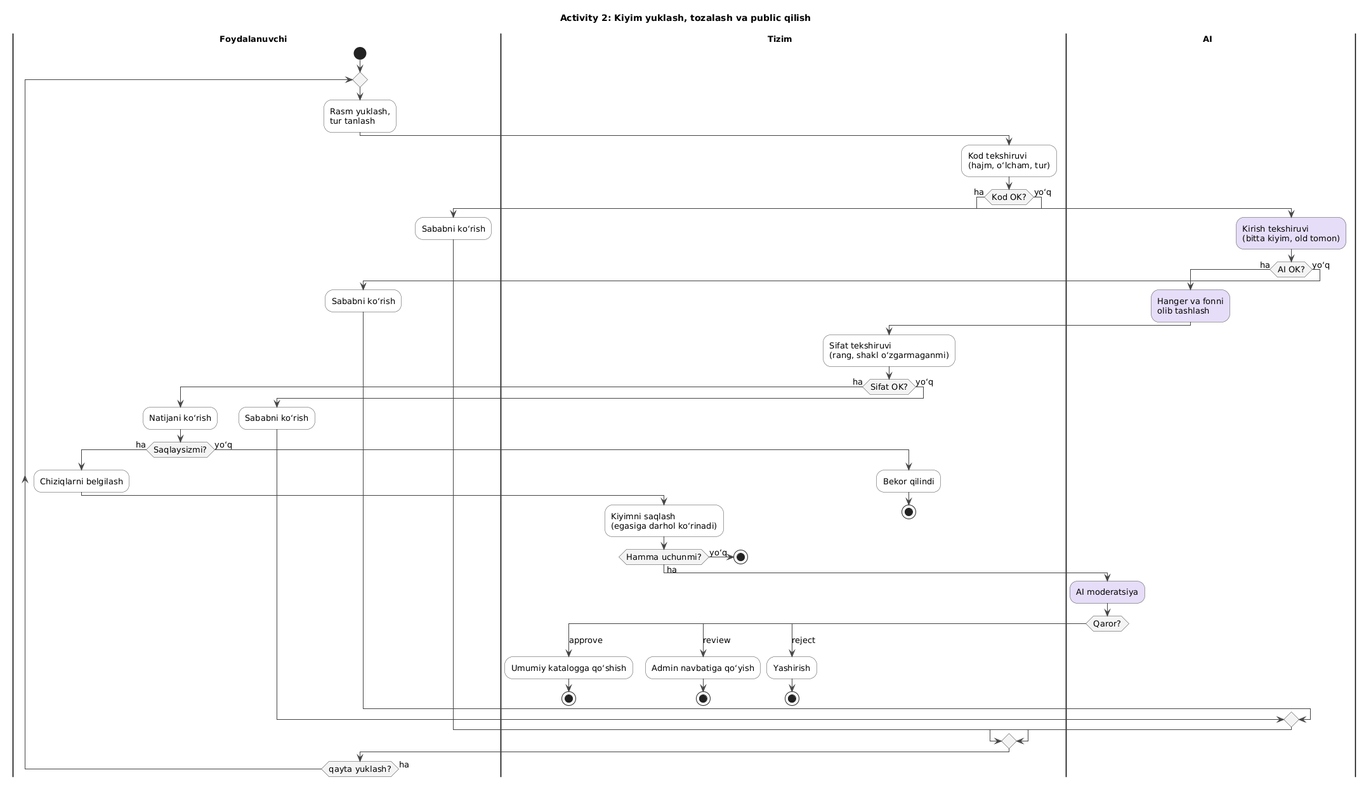
The PlantUML diagram docs/diagrams/activity-2-garment-upload.png in Zarnigor/Virtual-Try-On, before a commit. Source of this version:
```plantuml
@startuml
!include _style.puml
title Activity 2: Kiyim yuklash, tozalash va public qilish

|Foydalanuvchi|
start
repeat
  :Rasm yuklash,\ntur tanlash;
  |Tizim|
  :Kod tekshiruvi\n(hajm, oʻlcham, tur);
  if (Kod OK?) then (ha)
    |AI|
    :Kirish tekshiruvi\n(bitta kiyim, old tomon); <<#E6DDF8>>
    if (AI OK?) then (ha)
      :Hanger va fonni\nolib tashlash; <<#E6DDF8>>
      |Tizim|
      :Sifat tekshiruvi\n(rang, shakl oʻzgarmaganmi);
      if (Sifat OK?) then (ha)
        |Foydalanuvchi|
        :Natijani koʻrish;
        if (Saqlaysizmi?) then (ha)
          :Chiziqlarni belgilash;
          |Tizim|
          :Kiyimni saqlash\n(egasiga darhol koʻrinadi);
          if (Hamma uchunmi?) then (ha)
            |AI|
            :AI moderatsiya; <<#E6DDF8>>
            switch (Qaror?)
            case (approve)
              |Tizim|
              :Umumiy katalogga qoʻshish;
              stop
            case (review)
              |Tizim|
              :Admin navbatiga qoʻyish;
              stop
            case (reject)
              |Tizim|
              :Yashirish;
              stop
            endswitch
          else (yoʻq)
            stop
          endif
        else (yoʻq)
          :Bekor qilindi;
          stop
        endif
      else (yoʻq)
        |Foydalanuvchi|
        :Sababni koʻrish;
      endif
    else (yoʻq)
      |Foydalanuvchi|
      :Sababni koʻrish;
    endif
  else (yoʻq)
    |Foydalanuvchi|
    :Sababni koʻrish;
  endif
repeat while (qayta yuklash?) is (ha)
@enduml
```
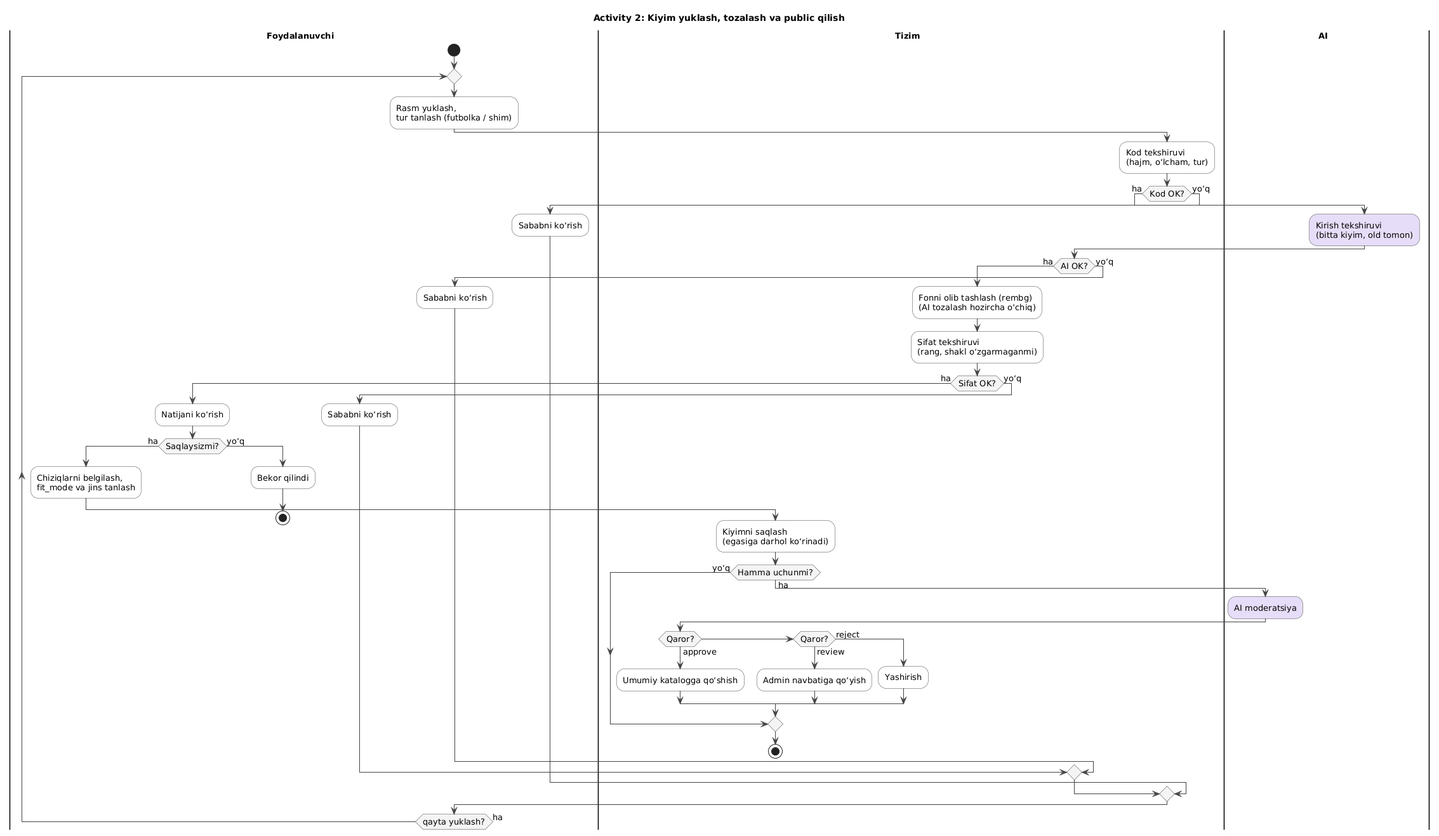
The same diagram one commit later.

Diff of the diagram source:
```diff
@@ -5,44 +5,39 @@
 |Foydalanuvchi|
 start
 repeat
-  :Rasm yuklash,\ntur tanlash;
+  :Rasm yuklash,\ntur tanlash (futbolka / shim);
   |Tizim|
   :Kod tekshiruvi\n(hajm, oʻlcham, tur);
   if (Kod OK?) then (ha)
     |AI|
-    :Kirish tekshiruvi\n(bitta kiyim, old tomon); <<#E6DDF8>>
+    #E6DDF8:Kirish tekshiruvi\n(bitta kiyim, old tomon);
+    |Tizim|
     if (AI OK?) then (ha)
-      :Hanger va fonni\nolib tashlash; <<#E6DDF8>>
-      |Tizim|
+      :Fonni olib tashlash (rembg)\n(AI tozalash hozircha oʻchiq);
       :Sifat tekshiruvi\n(rang, shakl oʻzgarmaganmi);
       if (Sifat OK?) then (ha)
         |Foydalanuvchi|
         :Natijani koʻrish;
         if (Saqlaysizmi?) then (ha)
-          :Chiziqlarni belgilash;
+          :Chiziqlarni belgilash,\nfit_mode va jins tanlash;
           |Tizim|
           :Kiyimni saqlash\n(egasiga darhol koʻrinadi);
           if (Hamma uchunmi?) then (ha)
             |AI|
-            :AI moderatsiya; <<#E6DDF8>>
-            switch (Qaror?)
-            case (approve)
-              |Tizim|
+            #E6DDF8:AI moderatsiya;
+            |Tizim|
+            if (Qaror?) then (approve)
               :Umumiy katalogga qoʻshish;
-              stop
-            case (review)
-              |Tizim|
+            elseif (Qaror?) then (review)
               :Admin navbatiga qoʻyish;
-              stop
-            case (reject)
-              |Tizim|
+            else (reject)
               :Yashirish;
-              stop
-            endswitch
+            endif
           else (yoʻq)
-            stop
           endif
+          stop
         else (yoʻq)
+          |Foydalanuvchi|
           :Bekor qilindi;
           stop
         endif
```
